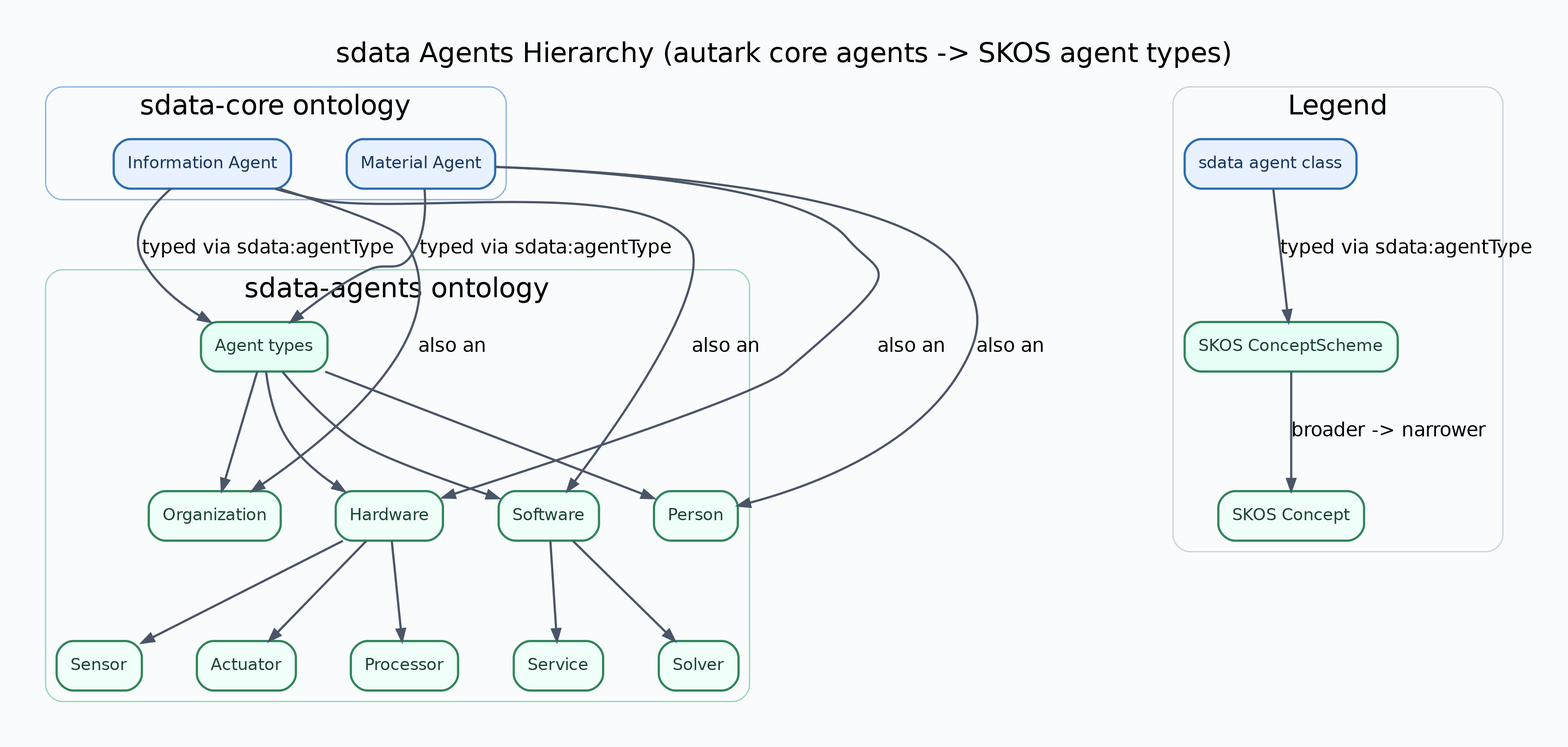
lepy/sdata-ontology keeps this Graphviz diagram as docs/diagrams/sdata-agents-hierarchy.png. Above is the earlier version. Its source is kept beside it as docs/diagrams/sdata-agents-hierarchy.dot.
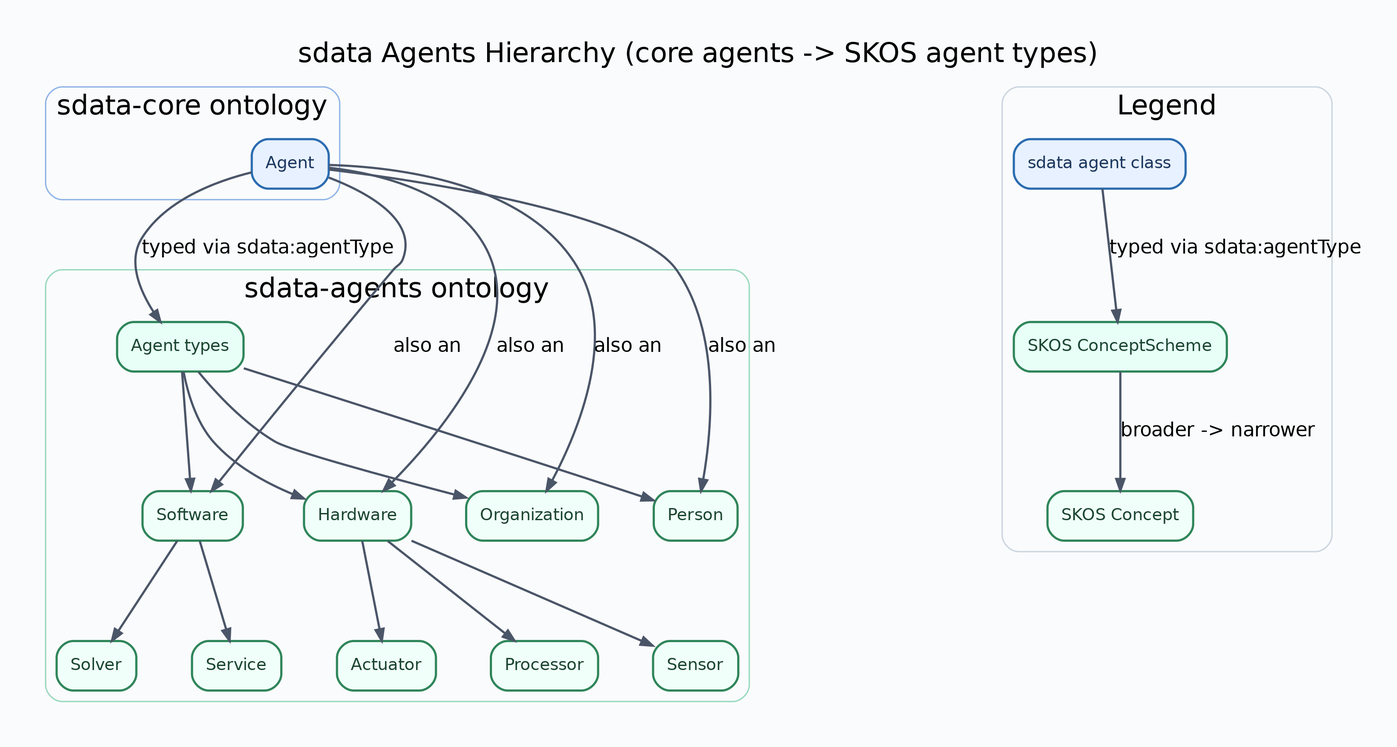
After the commit.

What changed in the source:
```diff
@@ -2,7 +2,7 @@
 	graph [bgcolor="#FAFBFC",
 		fontname=Helvetica,
 		fontsize=20,
-		label="sdata Agents Hierarchy (autark core agents -> SKOS agent types)",
+		label="sdata Agents Hierarchy (core agents -> SKOS agent types)",
 		labeljust=c,
 		labelloc=t,
 		nodesep=0.55,
@@ -30,14 +30,10 @@
 			label="sdata-core ontology",
 			style=rounded
 		];
-		"https://w3id.org/sdata/core/InformationAgent"	[color="#2B6CB0",
+		"https://w3id.org/sdata/core/Agent"	[color="#2B6CB0",
 			fillcolor="#E8F1FF",
 			fontcolor="#1A365D",
-			label="Information Agent"];
-		"https://w3id.org/sdata/core/MaterialAgent"	[color="#2B6CB0",
-			fillcolor="#E8F1FF",
-			fontcolor="#1A365D",
-			label="Material Agent"];
+			label=Agent];
 		__anchor_core	[height=0,
 			label="",
 			style=invis,
@@ -113,12 +109,11 @@
 			label="SKOS Concept"];
 		legend_scheme -> legend_concept	[label="broader -> narrower"];
 	}
-	"https://w3id.org/sdata/core/InformationAgent" -> "https://w3id.org/sdata/vocab/agents/AgentTypeScheme"	[label="typed via sdata:agentType"];
-	"https://w3id.org/sdata/core/InformationAgent" -> "https://w3id.org/sdata/vocab/agents/Organization"	[label="also an"];
-	"https://w3id.org/sdata/core/InformationAgent" -> "https://w3id.org/sdata/vocab/agents/Software"	[label="also an"];
-	"https://w3id.org/sdata/core/MaterialAgent" -> "https://w3id.org/sdata/vocab/agents/AgentTypeScheme"	[label="typed via sdata:agentType"];
-	"https://w3id.org/sdata/core/MaterialAgent" -> "https://w3id.org/sdata/vocab/agents/Hardware"	[label="also an"];
-	"https://w3id.org/sdata/core/MaterialAgent" -> "https://w3id.org/sdata/vocab/agents/Person"	[label="also an"];
+	"https://w3id.org/sdata/core/Agent" -> "https://w3id.org/sdata/vocab/agents/AgentTypeScheme"	[label="typed via sdata:agentType"];
+	"https://w3id.org/sdata/core/Agent" -> "https://w3id.org/sdata/vocab/agents/Hardware"	[label="also an"];
+	"https://w3id.org/sdata/core/Agent" -> "https://w3id.org/sdata/vocab/agents/Organization"	[label="also an"];
+	"https://w3id.org/sdata/core/Agent" -> "https://w3id.org/sdata/vocab/agents/Person"	[label="also an"];
+	"https://w3id.org/sdata/core/Agent" -> "https://w3id.org/sdata/vocab/agents/Software"	[label="also an"];
 	"https://w3id.org/sdata/vocab/agents/AgentTypeScheme" -> "https://w3id.org/sdata/vocab/agents/Hardware";
 	"https://w3id.org/sdata/vocab/agents/AgentTypeScheme" -> "https://w3id.org/sdata/vocab/agents/Organization";
 	"https://w3id.org/sdata/vocab/agents/AgentTypeScheme" -> "https://w3id.org/sdata/vocab/agents/Person";
```
